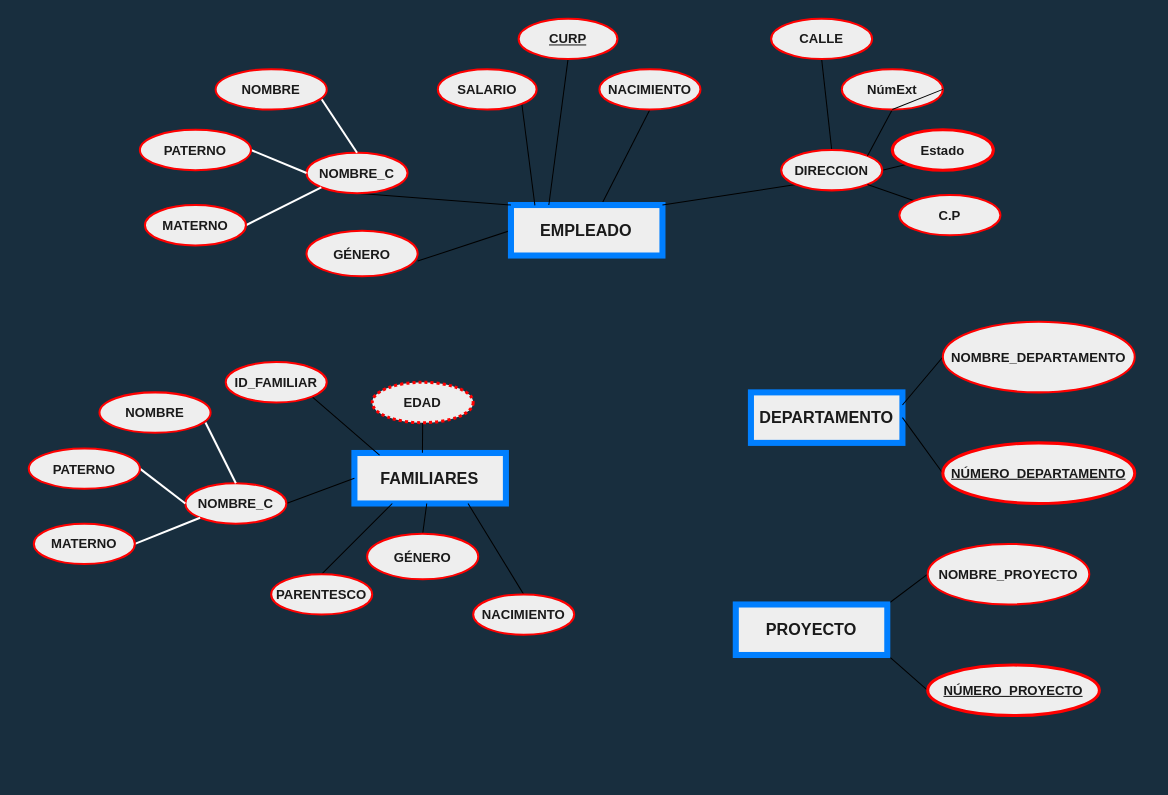
The draw.io diagram 02_modelo_ER/Proyecto1/Proyecto1.drawio in Ivorguzman/Curso_UNAM_fundamentos_BD, before the edit. Source tidied: cells renumbered, new cells numbered last; positions are measured from the earlier drawing's top-left corner, leaving out a move shared by most shapes. Both pictures are drawn from the tidied source at 101%, with x=0, y=0 at pixel (28, 18).
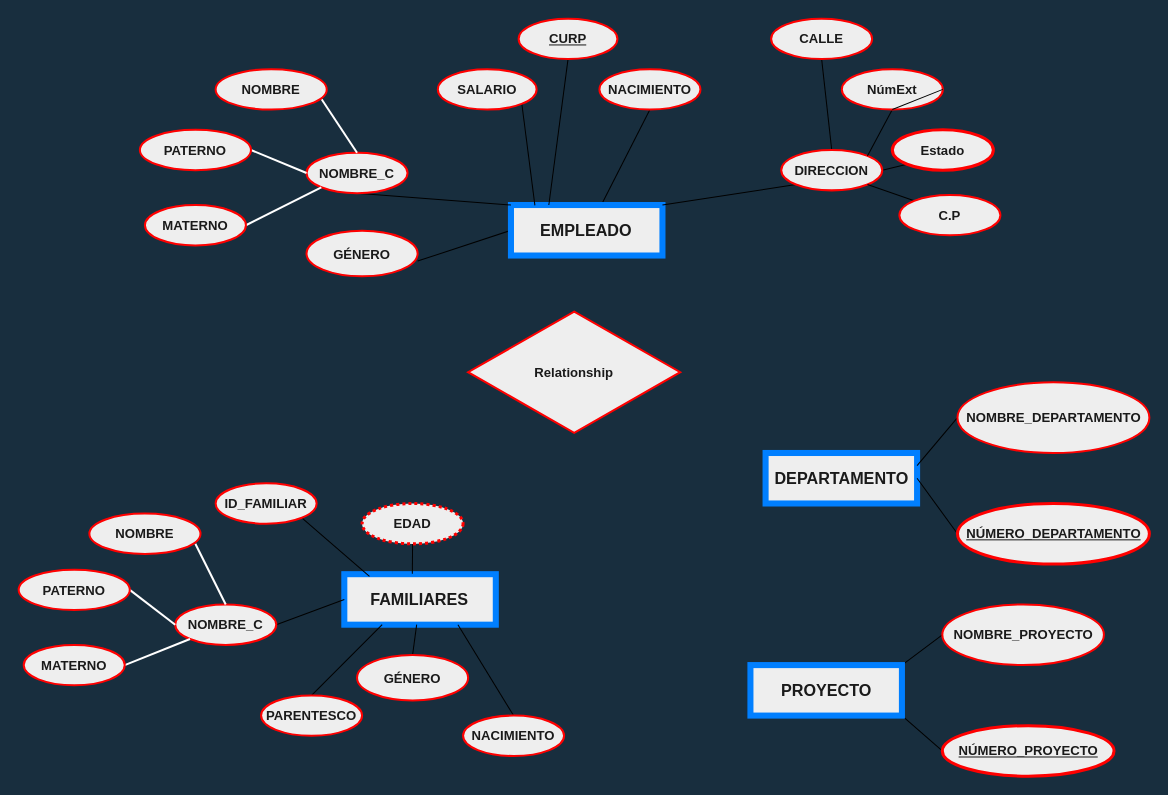
The same page after the edit.

Diff of the diagram source:
```diff
@@
     <mxCell id="30" value="DEPARTAMENTO" style="whiteSpace=wrap;html=1;align=center;strokeWidth=6;fontSize=16;fontStyle=1;fillColor=#EEEEEE;fontColor=#1A1A1A;strokeColor=#007FFF;" parent="1" vertex="1">
-      <mxGeometry x="715" y="370" width="150" height="50" as="geometry" />
+      <mxGeometry x="729.5" y="430" width="150" height="50" as="geometry" />
     </mxCell>
@@
     <mxCell id="33" value="NOMBRE_DEPARTAMENTO" style="ellipse;whiteSpace=wrap;html=1;align=center;fontSize=13;fontColor=#1A1A1A;fontStyle=1;strokeColor=#FF0000;strokeWidth=2;fillColor=#EEEEEE;" parent="1" vertex="1">
-      <mxGeometry x="905" y="300" width="190" height="70" as="geometry" />
+      <mxGeometry x="919.5" y="360" width="190" height="70" as="geometry" />
     </mxCell>
@@
     <mxCell id="35" value="NÚMERO_DEPARTAMENTO" style="ellipse;whiteSpace=wrap;html=1;align=center;fontSize=13;fontColor=#1A1A1A;fontStyle=5;strokeColor=#FF0000;strokeWidth=3;fillColor=#EEEEEE;" parent="1" vertex="1">
-      <mxGeometry x="905" y="420" width="190" height="60" as="geometry" />
+      <mxGeometry x="919.5" y="480" width="190" height="60" as="geometry" />
     </mxCell>
@@
     <mxCell id="38" value="PROYECTO" style="whiteSpace=wrap;html=1;align=center;strokeWidth=6;fontSize=16;fontStyle=1;fillColor=#EEEEEE;fontColor=#1A1A1A;strokeColor=#007FFF;" parent="1" vertex="1">
-      <mxGeometry x="700" y="580" width="150" height="50" as="geometry" />
+      <mxGeometry x="714.5" y="640" width="150" height="50" as="geometry" />
     </mxCell>
     <mxCell id="39" value="NOMBRE_PROYECTO" style="ellipse;whiteSpace=wrap;html=1;align=center;fontSize=13;fontColor=#1A1A1A;fontStyle=1;strokeColor=#FF0000;strokeWidth=2;fillColor=#EEEEEE;" parent="1" vertex="1">
-      <mxGeometry x="890" y="520" width="160" height="60" as="geometry" />
+      <mxGeometry x="904.5" y="580" width="160" height="60" as="geometry" />
     </mxCell>
     <mxCell id="40" value="NÚMERO_PROYECTO" style="ellipse;whiteSpace=wrap;html=1;align=center;fontSize=13;fontColor=#1A1A1A;fontStyle=5;strokeColor=#FF0000;strokeWidth=3;fillColor=#EEEEEE;" parent="1" vertex="1">
-      <mxGeometry x="890" y="640" width="170" height="50" as="geometry" />
+      <mxGeometry x="904.5" y="700" width="170" height="50" as="geometry" />
     </mxCell>
     <mxCell id="41" value="FAMILIARES" style="whiteSpace=wrap;html=1;align=center;strokeWidth=6;fontSize=16;fontStyle=1;fillColor=#EEEEEE;fontColor=#1A1A1A;strokeColor=#007FFF;" parent="1" vertex="1">
-      <mxGeometry x="322.4" y="430" width="150" height="50" as="geometry" />
+      <mxGeometry x="312.4" y="550" width="150" height="50" as="geometry" />
     </mxCell>
@@
     <mxCell id="43" value="NACIMIENTO" style="ellipse;whiteSpace=wrap;html=1;align=center;strokeWidth=2;fontSize=13;fontStyle=1;verticalAlign=middle;fillColor=#EEEEEE;fontColor=#1A1A1A;strokeColor=#FF0000;" parent="1" vertex="1">
-      <mxGeometry x="440" y="570" width="100" height="40" as="geometry" />
+      <mxGeometry x="430" y="690" width="100" height="40" as="geometry" />
     </mxCell>
@@
     <mxCell id="45" value="GÉNERO" style="ellipse;whiteSpace=wrap;html=1;align=center;strokeWidth=2;fontSize=13;fontStyle=1;verticalAlign=middle;fillColor=#EEEEEE;fontColor=#1A1A1A;strokeColor=#FF0000;" parent="1" vertex="1">
-      <mxGeometry x="335" y="510" width="110" height="45" as="geometry" />
+      <mxGeometry x="325" y="630" width="110" height="45" as="geometry" />
     </mxCell>
@@
     <mxCell id="47" value="PARENTESCO" style="ellipse;whiteSpace=wrap;html=1;align=center;strokeWidth=2;fontSize=13;fontStyle=1;verticalAlign=middle;fillColor=#EEEEEE;fontColor=#1A1A1A;strokeColor=#FF0000;" parent="1" vertex="1">
-      <mxGeometry x="240" y="550" width="100" height="40" as="geometry" />
+      <mxGeometry x="230" y="670" width="100" height="40" as="geometry" />
     </mxCell>
@@
     <mxCell id="49" value="NOMBRE_C" style="ellipse;whiteSpace=wrap;html=1;align=center;strokeWidth=2;fontSize=13;fontStyle=1;fillColor=#EEEEEE;fontColor=#1A1A1A;strokeColor=#FF0000;" parent="1" vertex="1">
-      <mxGeometry x="155" y="460" width="100" height="40" as="geometry" />
+      <mxGeometry x="145" y="580" width="100" height="40" as="geometry" />
     </mxCell>
@@
     <mxCell id="52" value="MATERNO" style="ellipse;whiteSpace=wrap;html=1;align=center;strokeWidth=2;fontSize=13;fontStyle=1;verticalAlign=middle;fillColor=#EEEEEE;fontColor=#1A1A1A;strokeColor=#FF0000;" parent="1" vertex="1">
-      <mxGeometry x="5" y="500" width="100" height="40" as="geometry" />
+      <mxGeometry x="-5" y="620" width="100" height="40" as="geometry" />
     </mxCell>
     <mxCell id="53" value="PATERNO" style="ellipse;whiteSpace=wrap;html=1;align=center;strokeWidth=2;fontSize=13;fontStyle=1;verticalAlign=middle;fillColor=#EEEEEE;fontColor=#1A1A1A;strokeColor=#FF0000;" parent="1" vertex="1">
-      <mxGeometry y="425.5" width="110" height="40" as="geometry" />
+      <mxGeometry x="-10" y="545.5" width="110" height="40" as="geometry" />
     </mxCell>
@@
     <mxCell id="55" value="NOMBRE" style="ellipse;whiteSpace=wrap;html=1;align=center;strokeWidth=2;fontSize=13;fontStyle=1;verticalAlign=middle;fillColor=#EEEEEE;fontColor=#1A1A1A;strokeColor=#FF0000;" parent="1" vertex="1">
-      <mxGeometry x="70" y="370" width="110" height="40" as="geometry" />
+      <mxGeometry x="60" y="490" width="110" height="40" as="geometry" />
     </mxCell>
@@
     <mxCell id="57" value="EDAD" style="ellipse;whiteSpace=wrap;html=1;align=center;strokeWidth=3;fontSize=13;fontStyle=1;verticalAlign=middle;fillColor=#EEEEEE;fontColor=#1A1A1A;strokeColor=#FF0000;dashed=1;sketch=0;shadow=0;dashPattern=1 1;" parent="1" vertex="1">
-      <mxGeometry x="340" y="360" width="100" height="40" as="geometry" />
+      <mxGeometry x="330" y="480" width="100" height="40" as="geometry" />
     </mxCell>
@@
     <mxCell id="59" value="ID_FAMILIAR" style="ellipse;whiteSpace=wrap;html=1;align=center;strokeWidth=2;fontSize=13;fontStyle=1;verticalAlign=middle;fillColor=#EEEEEE;fontColor=#1A1A1A;strokeColor=#FF0000;" parent="1" vertex="1">
-      <mxGeometry x="195" y="340" width="100" height="40" as="geometry" />
+      <mxGeometry x="185" y="460" width="100" height="40" as="geometry" />
     </mxCell>
+    <mxCell id="60" value="Relationship" style="shape=rhombus;perimeter=rhombusPerimeter;whiteSpace=wrap;html=1;align=center;fontSize=13;fontColor=#1A1A1A;fontStyle=1;strokeColor=#FF0000;strokeWidth=2;fillColor=#EEEEEE;" parent="1" vertex="1">
+      <mxGeometry x="435" y="290" width="210" height="120" as="geometry" />
+    </mxCell>
```
